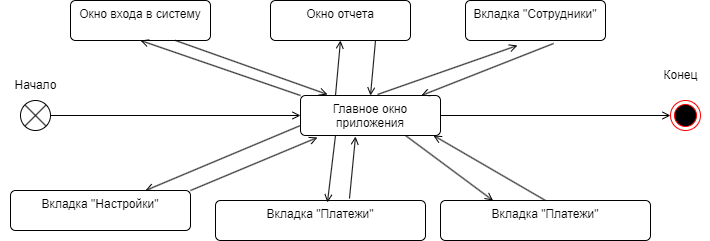
Before: Листопадова/Диаграмма состояний.drawio.png, a diagram exported from draw.io (stanislaumich/diplom2024). Source tidied: cells renumbered, new cells last; positions are measured from the earlier drawing's top-left corner, leaving out a move shared by most shapes. The source it was exported from:
```xml
<mxGraphModel>
  <root>
    <mxCell id="0" />
    <mxCell id="1" parent="0" />
    <mxCell id="2" style="endArrow=open;html=1;rounded=0;align=center;verticalAlign=top;endFill=0;labelBackgroundColor=none;endSize=6;entryX=0;entryY=0.5;entryDx=0;entryDy=0;exitX=1;exitY=0.5;exitDx=0;exitDy=0;" parent="1" edge="1" source="23" target="4">
      <mxGeometry relative="1" as="geometry" />
    </mxCell>
    <mxCell id="3" style="endArrow=open;html=1;rounded=0;align=center;verticalAlign=top;endFill=0;labelBackgroundColor=none;endSize=6;exitX=1;exitY=0.5;exitDx=0;exitDy=0;entryX=0;entryY=0.5;entryDx=0;entryDy=0;" parent="1" edge="1" source="4">
      <mxGeometry relative="1" as="geometry">
        <mxPoint x="670" y="115" as="targetPoint" />
      </mxGeometry>
    </mxCell>
    <mxCell id="4" value="Главное окно приложения" style="html=1;align=center;verticalAlign=top;rounded=1;absoluteArcSize=1;arcSize=10;dashed=0;whiteSpace=wrap;" parent="1" vertex="1">
      <mxGeometry x="300" y="95" width="140" height="40" as="geometry" />
    </mxCell>
    <mxCell id="5" value="Вкладка &quot;Сотрудники&quot;" style="html=1;align=center;verticalAlign=top;rounded=1;absoluteArcSize=1;arcSize=10;dashed=0;whiteSpace=wrap;" parent="1" vertex="1">
      <mxGeometry x="465" width="140" height="40" as="geometry" />
    </mxCell>
    <mxCell id="6" value="Окно входа в систему" style="html=1;align=center;verticalAlign=top;rounded=1;absoluteArcSize=1;arcSize=10;dashed=0;whiteSpace=wrap;" parent="1" vertex="1">
      <mxGeometry x="70" width="140" height="40" as="geometry" />
    </mxCell>
    <mxCell id="7" value="Вкладка &quot;Платежи&quot;" style="html=1;align=center;verticalAlign=top;rounded=1;absoluteArcSize=1;arcSize=10;dashed=0;whiteSpace=wrap;" parent="1" vertex="1">
      <mxGeometry x="215" y="200" width="210" height="40" as="geometry" />
    </mxCell>
    <mxCell id="8" value="Вкладка &quot;Настройки&quot;" style="html=1;align=center;verticalAlign=top;rounded=1;absoluteArcSize=1;arcSize=10;dashed=0;whiteSpace=wrap;" parent="1" vertex="1">
      <mxGeometry x="10" y="190" width="180" height="40" as="geometry" />
    </mxCell>
    <mxCell id="9" style="endArrow=open;html=1;rounded=0;align=center;verticalAlign=top;endFill=0;labelBackgroundColor=none;endSize=6;entryX=0.371;entryY=1.125;entryDx=0;entryDy=0;exitX=0.55;exitY=-0.025;exitDx=0;exitDy=0;exitPerimeter=0;entryPerimeter=0;" parent="1" edge="1" source="4" target="5">
      <mxGeometry relative="1" as="geometry" />
    </mxCell>
    <mxCell id="10" style="endArrow=open;html=1;rounded=0;align=center;verticalAlign=top;endFill=0;labelBackgroundColor=none;endSize=6;entryX=0.5;entryY=1;entryDx=0;entryDy=0;exitX=0;exitY=0;exitDx=0;exitDy=0;" parent="1" edge="1" source="4" target="6">
      <mxGeometry relative="1" as="geometry" />
    </mxCell>
    <mxCell id="11" style="endArrow=open;html=1;rounded=0;align=center;verticalAlign=top;endFill=0;labelBackgroundColor=none;endSize=6;exitX=0.638;exitY=-0.05;exitDx=0;exitDy=0;entryX=0.393;entryY=1.025;entryDx=0;entryDy=0;entryPerimeter=0;exitPerimeter=0;" parent="1" edge="1" source="7" target="4">
      <mxGeometry relative="1" as="geometry" />
    </mxCell>
    <mxCell id="12" style="endArrow=open;html=1;rounded=0;align=center;verticalAlign=top;endFill=0;labelBackgroundColor=none;endSize=6;entryX=0.121;entryY=1.05;entryDx=0;entryDy=0;exitX=1;exitY=0;exitDx=0;exitDy=0;entryPerimeter=0;" parent="1" edge="1" source="8" target="4">
      <mxGeometry relative="1" as="geometry" />
    </mxCell>
    <mxCell id="13" style="endArrow=open;html=1;rounded=0;align=center;verticalAlign=top;endFill=0;labelBackgroundColor=none;endSize=6;exitX=0.75;exitY=1;exitDx=0;exitDy=0;entryX=0.193;entryY=-0.025;entryDx=0;entryDy=0;entryPerimeter=0;" parent="1" edge="1" source="6" target="4">
      <mxGeometry relative="1" as="geometry" />
    </mxCell>
    <mxCell id="14" style="endArrow=open;html=1;rounded=0;align=center;verticalAlign=top;endFill=0;labelBackgroundColor=none;endSize=6;exitX=0.629;exitY=1.075;exitDx=0;exitDy=0;exitPerimeter=0;" parent="1" edge="1" source="5" target="4">
      <mxGeometry relative="1" as="geometry" />
    </mxCell>
    <mxCell id="15" style="endArrow=open;html=1;rounded=0;align=center;verticalAlign=top;endFill=0;labelBackgroundColor=none;endSize=6;exitX=0.25;exitY=1;exitDx=0;exitDy=0;entryX=0.533;entryY=0.05;entryDx=0;entryDy=0;entryPerimeter=0;" parent="1" edge="1" source="4" target="7">
      <mxGeometry relative="1" as="geometry" />
    </mxCell>
    <mxCell id="16" style="endArrow=open;html=1;rounded=0;align=center;verticalAlign=top;endFill=0;labelBackgroundColor=none;endSize=6;exitX=0;exitY=0.75;exitDx=0;exitDy=0;entryX=0.75;entryY=0;entryDx=0;entryDy=0;" parent="1" edge="1" source="4" target="8">
      <mxGeometry relative="1" as="geometry" />
    </mxCell>
    <mxCell id="17" value="Начало" style="text;html=1;align=center;verticalAlign=middle;strokeColor=none;fillColor=none;" parent="1" vertex="1">
      <mxGeometry y="70" width="70" height="30" as="geometry" />
    </mxCell>
    <mxCell id="18" value="Конец" style="text;html=1;align=center;verticalAlign=middle;strokeColor=none;fillColor=none;" parent="1" vertex="1">
      <mxGeometry x="650" y="60" width="60" height="30" as="geometry" />
    </mxCell>
    <mxCell id="19" value="Вкладка &quot;Платежи&quot;" style="html=1;align=center;verticalAlign=top;rounded=1;absoluteArcSize=1;arcSize=10;dashed=0;whiteSpace=wrap;" parent="1" vertex="1">
      <mxGeometry x="440" y="200" width="210" height="40" as="geometry" />
    </mxCell>
    <mxCell id="20" style="endArrow=open;html=1;rounded=0;align=center;verticalAlign=top;endFill=0;labelBackgroundColor=none;endSize=6;exitX=0.5;exitY=0;exitDx=0;exitDy=0;entryX=0.95;entryY=1;entryDx=0;entryDy=0;entryPerimeter=0;" parent="1" edge="1" source="19" target="4">
      <mxGeometry relative="1" as="geometry" />
    </mxCell>
    <mxCell id="21" style="endArrow=open;html=1;rounded=0;align=center;verticalAlign=top;endFill=0;labelBackgroundColor=none;endSize=6;exitX=0.75;exitY=1;exitDx=0;exitDy=0;entryX=0.25;entryY=0;entryDx=0;entryDy=0;" parent="1" edge="1" source="4" target="19">
      <mxGeometry relative="1" as="geometry" />
    </mxCell>
    <mxCell id="22" style="ellipse;html=1;shape=endState;fillColor=#000000;strokeColor=#ff0000;" parent="1" vertex="1">
      <mxGeometry x="670" y="100" width="30" height="30" as="geometry" />
    </mxCell>
    <mxCell id="23" style="shape=sumEllipse;perimeter=ellipsePerimeter;whiteSpace=wrap;html=1;backgroundOutline=1;" parent="1" vertex="1">
      <mxGeometry x="20" y="100" width="30" height="30" as="geometry" />
    </mxCell>
    <mxCell id="24" value="Окно отчета" style="html=1;align=center;verticalAlign=top;rounded=1;absoluteArcSize=1;arcSize=10;dashed=0;whiteSpace=wrap;" parent="1" vertex="1">
      <mxGeometry x="270" width="140" height="40" as="geometry" />
    </mxCell>
    <mxCell id="25" style="endArrow=open;html=1;rounded=0;align=center;verticalAlign=top;endFill=0;labelBackgroundColor=none;endSize=6;exitX=0.75;exitY=1;exitDx=0;exitDy=0;entryX=0.5;entryY=0;entryDx=0;entryDy=0;" parent="1" edge="1" source="24" target="4">
      <mxGeometry relative="1" as="geometry" />
    </mxCell>
    <mxCell id="26" style="endArrow=open;html=1;rounded=0;align=center;verticalAlign=top;endFill=0;labelBackgroundColor=none;endSize=6;entryX=0.5;entryY=1;entryDx=0;entryDy=0;exitX=0.25;exitY=0;exitDx=0;exitDy=0;" parent="1" edge="1" source="4" target="24">
      <mxGeometry relative="1" as="geometry" />
    </mxCell>
  </root>
</mxGraphModel>
```
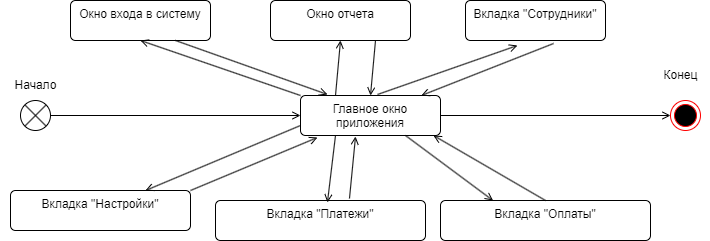
After the change.

Change to the diagram source:
```diff
@@ -55,7 +55,7 @@
     <mxCell id="18" value="Конец" style="text;html=1;align=center;verticalAlign=middle;strokeColor=none;fillColor=none;" parent="1" vertex="1">
       <mxGeometry x="650" y="60" width="60" height="30" as="geometry" />
     </mxCell>
-    <mxCell id="19" value="Вкладка &quot;Платежи&quot;" style="html=1;align=center;verticalAlign=top;rounded=1;absoluteArcSize=1;arcSize=10;dashed=0;whiteSpace=wrap;" parent="1" vertex="1">
+    <mxCell id="19" value="Вкладка &quot;Оплаты&quot;" style="html=1;align=center;verticalAlign=top;rounded=1;absoluteArcSize=1;arcSize=10;dashed=0;whiteSpace=wrap;" parent="1" vertex="1">
       <mxGeometry x="440" y="200" width="210" height="40" as="geometry" />
     </mxCell>
     <mxCell id="20" style="endArrow=open;html=1;rounded=0;align=center;verticalAlign=top;endFill=0;labelBackgroundColor=none;endSize=6;exitX=0.5;exitY=0;exitDx=0;exitDy=0;entryX=0.95;entryY=1;entryDx=0;entryDy=0;entryPerimeter=0;" parent="1" edge="1" source="19" target="4">
```
